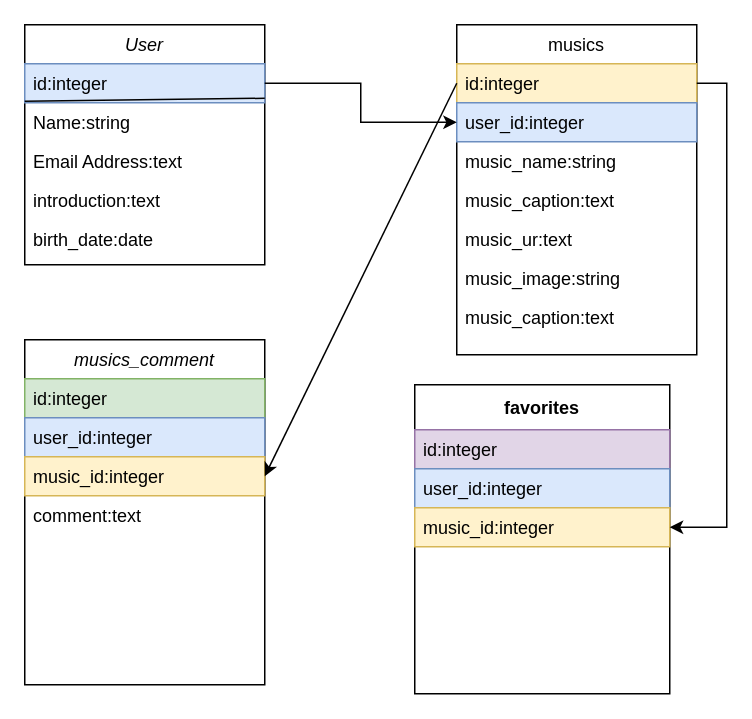
Before: musicers/app/Untitled Diagram.drawio in mryshk/my_app_1, a draw.io diagram. Source tidied: cells renumbered, new cells numbered last; positions are measured from the earlier drawing's top-left corner, leaving out a move shared by most shapes. Both pictures are drawn from the tidied source at 150%, with x=0, y=0 at pixel (24, 24).
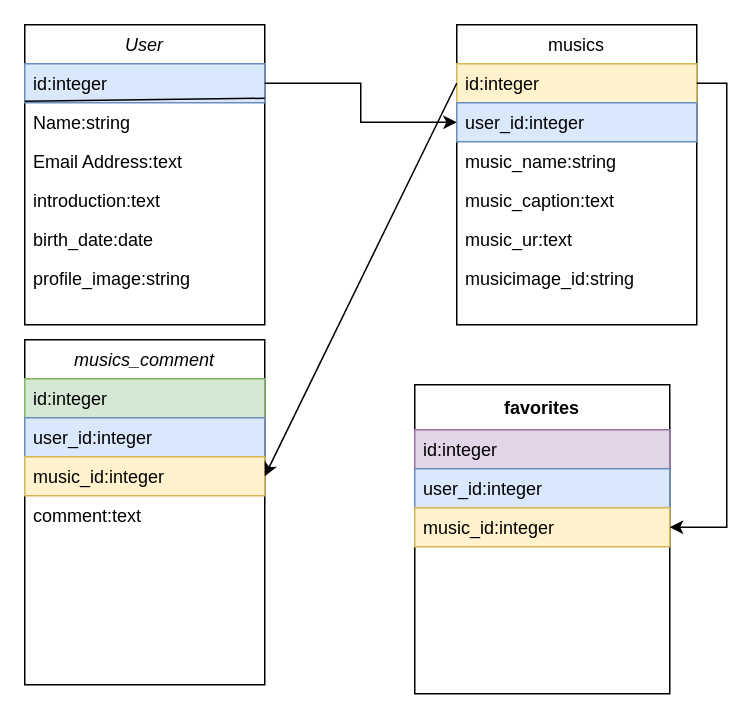
The same page after the edit.

Change to the diagram source:
```diff
@@
     <mxCell id="2" value="User" style="swimlane;fontStyle=2;align=center;verticalAlign=top;horizontal=1;startSize=26;rounded=0;shadow=0;strokeWidth=1;" parent="1" vertex="1">
-      <mxGeometry width="160" height="160" as="geometry" />
+      <mxGeometry width="160" height="200" as="geometry" />
     </mxCell>
@@
+    <mxCell id="30" value="profile_image:string" style="text;align=left;verticalAlign=top;spacingLeft=4;spacingRight=4;overflow=hidden;rounded=0;shadow=0;html=0;" parent="2" vertex="1">
+      <mxGeometry y="156" width="160" height="26" as="geometry" />
+    </mxCell>
     <mxCell id="9" value="musics" style="swimlane;fontStyle=0;align=center;verticalAlign=top;horizontal=1;startSize=26;rounded=0;shadow=0;strokeWidth=1;" parent="1" vertex="1">
-      <mxGeometry x="288" width="160" height="220" as="geometry" />
+      <mxGeometry x="288" width="160" height="200" as="geometry" />
     </mxCell>
@@
-    <mxCell id="15" value="music_image:string&#10;&#10;&#10;" style="text;align=left;verticalAlign=top;spacingLeft=4;spacingRight=4;overflow=hidden;rounded=0;shadow=0;html=0;" parent="9" vertex="1">
+    <mxCell id="15" value="musicimage_id:string&#10;&#10;&#10;" style="text;align=left;verticalAlign=top;spacingLeft=4;spacingRight=4;overflow=hidden;rounded=0;shadow=0;html=0;" parent="9" vertex="1">
       <mxGeometry y="156" width="160" height="26" as="geometry" />
     </mxCell>
-    <mxCell id="16" value="music_caption:text" style="text;align=left;verticalAlign=top;spacingLeft=4;spacingRight=4;overflow=hidden;rounded=0;shadow=0;html=0;" parent="9" vertex="1">
-      <mxGeometry y="182" width="160" height="26" as="geometry" />
-    </mxCell>
```
